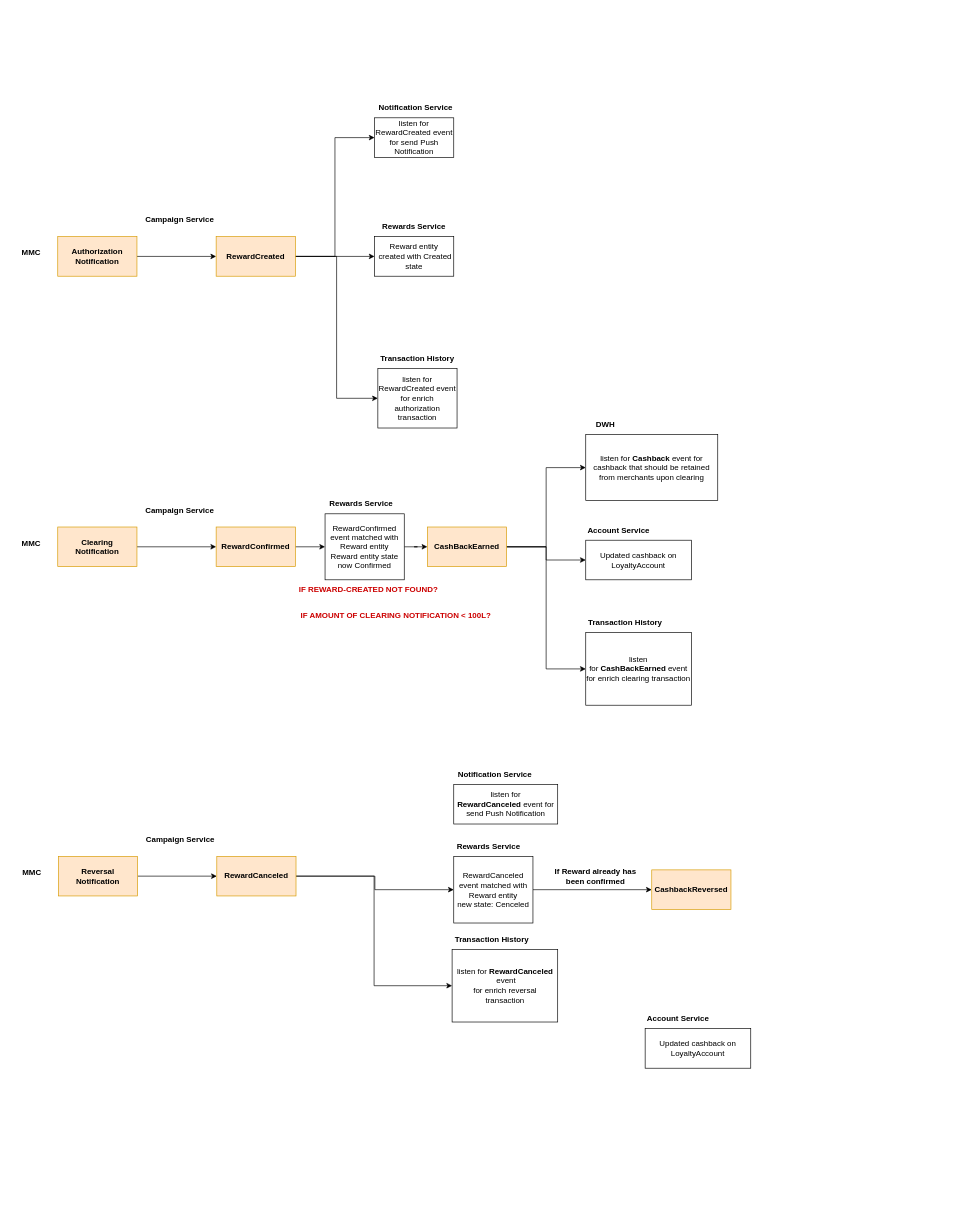
The draw.io diagram Untitled Diagram.drawio in DemiusAcademius/diagrams, before the edit. Source tidied: cells renumbered, new cells numbered last; positions are measured from the earlier drawing's top-left corner, leaving out a move shared by most shapes. Both pictures are drawn from the tidied source at 66%, with x=0, y=0 at pixel (11, 98).
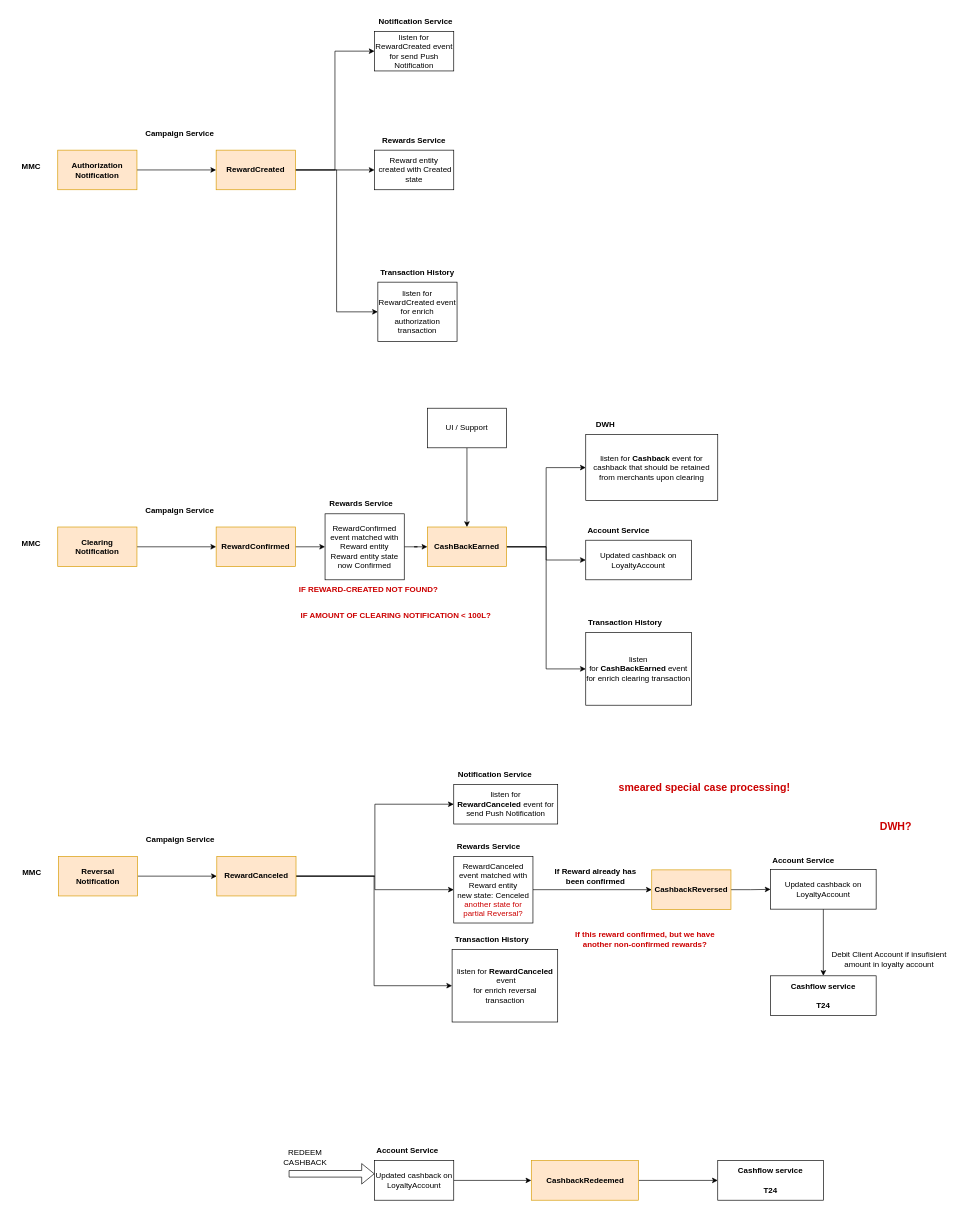
The same diagram, later.

The change refers to these unchanged cells:
```xml
<mxCell id="27" value="&lt;b&gt;CashBackEarned&lt;/b&gt;" style="rounded=0;whiteSpace=wrap;html=1;fillColor=#ffe6cc;strokeColor=#d79b00;" parent="1" vertex="1">
  <mxGeometry x="630" y="650" width="120" height="60" as="geometry" />
</mxCell>
<mxCell id="41" value="&lt;b&gt;RewardCanceled&lt;/b&gt;" style="rounded=0;whiteSpace=wrap;html=1;fillColor=#ffe6cc;strokeColor=#d79b00;" parent="1" vertex="1">
  <mxGeometry x="311" y="1149" width="120" height="60" as="geometry" />
</mxCell>
<mxCell id="49" value="listen for&lt;br&gt;&lt;b style=&quot;border-color: var(--border-color);&quot;&gt;RewardCanceled&amp;nbsp;&lt;/b&gt;event for send Push Notification" style="rounded=0;whiteSpace=wrap;html=1;" parent="1" vertex="1">
  <mxGeometry x="670" y="1040" width="157.5" height="60" as="geometry" />
</mxCell>
<mxCell id="51" value="&lt;b&gt;CashbackReversed&lt;/b&gt;" style="rounded=0;whiteSpace=wrap;html=1;fillColor=#ffe6cc;strokeColor=#d79b00;" parent="1" vertex="1">
  <mxGeometry x="970" y="1169.5" width="120" height="60" as="geometry" />
</mxCell>
```

Change to the diagram source:
```diff
@@
     <mxCell id="3" value="&lt;b&gt;Authorization&lt;br&gt;Notification&lt;/b&gt;" style="rounded=0;whiteSpace=wrap;html=1;fillColor=#ffe6cc;strokeColor=#d79b00;" parent="1" vertex="1">
-      <mxGeometry x="70" y="210" width="120" height="60" as="geometry" />
+      <mxGeometry x="70" y="79" width="120" height="60" as="geometry" />
     </mxCell>
@@
     <mxCell id="7" value="&lt;b&gt;RewardCreated&lt;/b&gt;" style="rounded=0;whiteSpace=wrap;html=1;fillColor=#ffe6cc;strokeColor=#d79b00;" parent="1" vertex="1">
-      <mxGeometry x="310" y="210" width="120" height="60" as="geometry" />
+      <mxGeometry x="310" y="79" width="120" height="60" as="geometry" />
     </mxCell>
     <mxCell id="8" value="&lt;b&gt;Campaign Service&lt;/b&gt;" style="text;html=1;strokeColor=none;fillColor=none;align=center;verticalAlign=middle;whiteSpace=wrap;rounded=0;" parent="1" vertex="1">
-      <mxGeometry x="200" y="170" width="110" height="30" as="geometry" />
+      <mxGeometry x="200" y="39" width="110" height="30" as="geometry" />
     </mxCell>
     <mxCell id="9" value="Reward entity&lt;br&gt;&amp;nbsp;created with Created state" style="rounded=0;whiteSpace=wrap;html=1;" parent="1" vertex="1">
-      <mxGeometry x="550" y="210" width="120" height="60" as="geometry" />
+      <mxGeometry x="550" y="79" width="120" height="60" as="geometry" />
     </mxCell>
     <mxCell id="10" value="&lt;b&gt;Rewards Service&lt;/b&gt;" style="text;html=1;strokeColor=none;fillColor=none;align=center;verticalAlign=middle;whiteSpace=wrap;rounded=0;" parent="1" vertex="1">
-      <mxGeometry x="555" y="180" width="110" height="30" as="geometry" />
+      <mxGeometry x="555" y="49" width="110" height="30" as="geometry" />
     </mxCell>
     <mxCell id="11" value="listen for RewardCreated event&lt;br&gt;for enrich authorization transaction" style="rounded=0;whiteSpace=wrap;html=1;" parent="1" vertex="1">
-      <mxGeometry x="555" y="410" width="120" height="90" as="geometry" />
+      <mxGeometry x="555" y="279" width="120" height="90" as="geometry" />
     </mxCell>
     <mxCell id="12" value="&lt;b&gt;Transaction History&lt;/b&gt;" style="text;html=1;strokeColor=none;fillColor=none;align=center;verticalAlign=middle;whiteSpace=wrap;rounded=0;" parent="1" vertex="1">
-      <mxGeometry x="555" y="380" width="120" height="30" as="geometry" />
+      <mxGeometry x="555" y="249" width="120" height="30" as="geometry" />
     </mxCell>
     <mxCell id="13" value="listen for&lt;br&gt;RewardCreated event for send Push Notification" style="rounded=0;whiteSpace=wrap;html=1;" parent="1" vertex="1">
-      <mxGeometry x="550" y="30" width="120" height="60" as="geometry" />
+      <mxGeometry x="550" y="-101" width="120" height="60" as="geometry" />
     </mxCell>
@@
     <mxCell id="16" value="&lt;b&gt;MMC&lt;/b&gt;" style="text;html=1;strokeColor=none;fillColor=none;align=center;verticalAlign=middle;whiteSpace=wrap;rounded=0;" parent="1" vertex="1">
-      <mxGeometry y="220" width="60" height="30" as="geometry" />
+      <mxGeometry y="89" width="60" height="30" as="geometry" />
     </mxCell>
@@
     <mxCell id="30" value="&lt;b&gt;Notification Service&lt;/b&gt;" style="text;html=1;strokeColor=none;fillColor=none;align=center;verticalAlign=middle;whiteSpace=wrap;rounded=0;" parent="1" vertex="1">
-      <mxGeometry x="550" width="125" height="30" as="geometry" />
+      <mxGeometry x="550" y="-131" width="125" height="30" as="geometry" />
     </mxCell>
@@
+    <mxCell id="55" style="edgeStyle=orthogonalEdgeStyle;rounded=0;jettySize=auto;html=1;entryX=0;entryY=0.5;entryDx=0;entryDy=0;" parent="1" edge="1" source="41" target="49">
+      <mxGeometry relative="1" as="geometry" />
+    </mxCell>
@@
-    <mxCell id="44" value="RewardCanceled event matched with Reward entity&lt;br&gt;new state: Cenceled" style="rounded=0;whiteSpace=wrap;html=1;" parent="1" vertex="1">
+    <mxCell id="44" value="RewardCanceled event matched with Reward entity&lt;br&gt;new state: Cenceled&lt;br&gt;&lt;font color=&quot;#cc0000&quot;&gt;another state for partial Reversal?&lt;/font&gt;" style="rounded=0;whiteSpace=wrap;html=1;" parent="1" vertex="1">
       <mxGeometry x="670" y="1149" width="120" height="101" as="geometry" />
     </mxCell>
@@
+    <mxCell id="56" style="edgeStyle=orthogonalEdgeStyle;rounded=0;jettySize=auto;html=1;entryX=0;entryY=0.5;entryDx=0;entryDy=0;" parent="1" edge="1" source="51" target="53">
+      <mxGeometry relative="1" as="geometry" />
+    </mxCell>
@@
+    <mxCell id="57" style="edgeStyle=orthogonalEdgeStyle;rounded=0;jettySize=auto;html=1;entryX=0.5;entryY=0;entryDx=0;entryDy=0;" parent="1" edge="1" source="53" target="59">
+      <mxGeometry relative="1" as="geometry" />
+    </mxCell>
     <mxCell id="53" value="Updated cashback on LoyaltyAccount" style="rounded=0;whiteSpace=wrap;html=1;" parent="1" vertex="1">
-      <mxGeometry x="960" y="1410" width="160" height="60" as="geometry" />
+      <mxGeometry x="1150" y="1169" width="160" height="60" as="geometry" />
     </mxCell>
     <mxCell id="54" value="&lt;b&gt;Account Service&lt;/b&gt;" style="text;html=1;strokeColor=none;fillColor=none;align=center;verticalAlign=middle;whiteSpace=wrap;rounded=0;" parent="1" vertex="1">
-      <mxGeometry x="960" y="1380" width="100" height="30" as="geometry" />
+      <mxGeometry x="1150" y="1139.5" width="100" height="30" as="geometry" />
     </mxCell>
+    <mxCell id="58" value="&lt;font color=&quot;#cc0000&quot;&gt;&lt;b&gt;If this reward confirmed, but we have another non-confirmed rewards?&lt;/b&gt;&lt;/font&gt;" style="text;html=1;strokeColor=none;fillColor=none;align=center;verticalAlign=middle;whiteSpace=wrap;rounded=0;" parent="1" vertex="1">
+      <mxGeometry x="840" y="1240" width="240" height="70" as="geometry" />
+    </mxCell>
+    <mxCell id="59" value="&lt;b&gt;Cashflow service&lt;br&gt;&lt;br&gt;T24&lt;br&gt;&lt;/b&gt;" style="rounded=0;whiteSpace=wrap;html=1;" parent="1" vertex="1">
+      <mxGeometry x="1150" y="1330" width="160" height="60" as="geometry" />
+    </mxCell>
+    <mxCell id="60" value="Debit Client Account if insufisient amount in loyalty account" style="text;html=1;strokeColor=none;fillColor=none;align=center;verticalAlign=middle;whiteSpace=wrap;rounded=0;" parent="1" vertex="1">
+      <mxGeometry x="1230" y="1290" width="200" height="30" as="geometry" />
+    </mxCell>
+    <mxCell id="61" value="&lt;b&gt;&lt;font style=&quot;font-size: 16px;&quot; color=&quot;#cc0000&quot;&gt;smeared special case processing!&lt;br&gt;&lt;br&gt;&lt;/font&gt;&lt;/b&gt;" style="text;html=1;strokeColor=none;fillColor=none;align=center;verticalAlign=middle;whiteSpace=wrap;rounded=0;" parent="1" vertex="1">
+      <mxGeometry x="910" y="1040" width="280" height="30" as="geometry" />
+    </mxCell>
+    <mxCell id="62" value="&lt;b&gt;&lt;font style=&quot;font-size: 16px;&quot; color=&quot;#cc0000&quot;&gt;DWH?&lt;/font&gt;&lt;/b&gt;" style="text;html=1;strokeColor=none;fillColor=none;align=center;verticalAlign=middle;whiteSpace=wrap;rounded=0;" parent="1" vertex="1">
+      <mxGeometry x="1310" y="1089" width="60" height="30" as="geometry" />
+    </mxCell>
+    <mxCell id="63" style="edgeStyle=orthogonalEdgeStyle;rounded=0;jettySize=auto;html=1;entryX=0.5;entryY=0;entryDx=0;entryDy=0;" parent="1" edge="1" source="64" target="27">
+      <mxGeometry relative="1" as="geometry" />
+    </mxCell>
+    <mxCell id="64" value="UI / Support" style="rounded=0;whiteSpace=wrap;html=1;" parent="1" vertex="1">
+      <mxGeometry x="630" y="470" width="120" height="60" as="geometry" />
+    </mxCell>
+    <mxCell id="65" style="edgeStyle=orthogonalEdgeStyle;rounded=0;jettySize=auto;html=1;entryX=0;entryY=0.5;entryDx=0;entryDy=0;" parent="1" edge="1" source="66" target="72">
+      <mxGeometry relative="1" as="geometry" />
+    </mxCell>
+    <mxCell id="66" value="&lt;b&gt;CashbackRedeemed&lt;/b&gt;" style="rounded=0;whiteSpace=wrap;html=1;fillColor=#ffe6cc;strokeColor=#d79b00;" parent="1" vertex="1">
+      <mxGeometry x="787.5" y="1610" width="162.5" height="60" as="geometry" />
+    </mxCell>
+    <mxCell id="67" style="edgeStyle=orthogonalEdgeStyle;rounded=0;jettySize=auto;html=1;entryX=0;entryY=0.5;entryDx=0;entryDy=0;" parent="1" edge="1" source="68" target="66">
+      <mxGeometry relative="1" as="geometry" />
+    </mxCell>
+    <mxCell id="68" value="Updated cashback on LoyaltyAccount" style="rounded=0;whiteSpace=wrap;html=1;" parent="1" vertex="1">
+      <mxGeometry x="550" y="1610" width="120" height="60" as="geometry" />
+    </mxCell>
+    <mxCell id="69" value="&lt;b&gt;Account Service&lt;/b&gt;" style="text;html=1;strokeColor=none;fillColor=none;align=center;verticalAlign=middle;whiteSpace=wrap;rounded=0;" parent="1" vertex="1">
+      <mxGeometry x="550" y="1580" width="100" height="30" as="geometry" />
+    </mxCell>
+    <mxCell id="70" style="shape=flexArrow;endArrow=classic;html=1;rounded=0;entryX=0;entryY=0.5;entryDx=0;entryDy=0;" parent="1" edge="1">
+      <mxGeometry relative="1" as="geometry">
+        <mxPoint x="420" y="1630" as="sourcePoint" />
+        <mxPoint x="550" y="1630" as="targetPoint" />
+      </mxGeometry>
+    </mxCell>
+    <mxCell id="71" value="REDEEM CASHBACK" style="text;html=1;strokeColor=none;fillColor=none;align=center;verticalAlign=middle;whiteSpace=wrap;rounded=0;" parent="1" vertex="1">
+      <mxGeometry x="415" y="1590" width="60" height="30" as="geometry" />
+    </mxCell>
+    <mxCell id="72" value="&lt;b&gt;Cashflow service&lt;br&gt;&lt;br&gt;T24&lt;br&gt;&lt;/b&gt;" style="rounded=0;whiteSpace=wrap;html=1;" parent="1" vertex="1">
+      <mxGeometry x="1070" y="1610" width="160" height="60" as="geometry" />
+    </mxCell>
```
